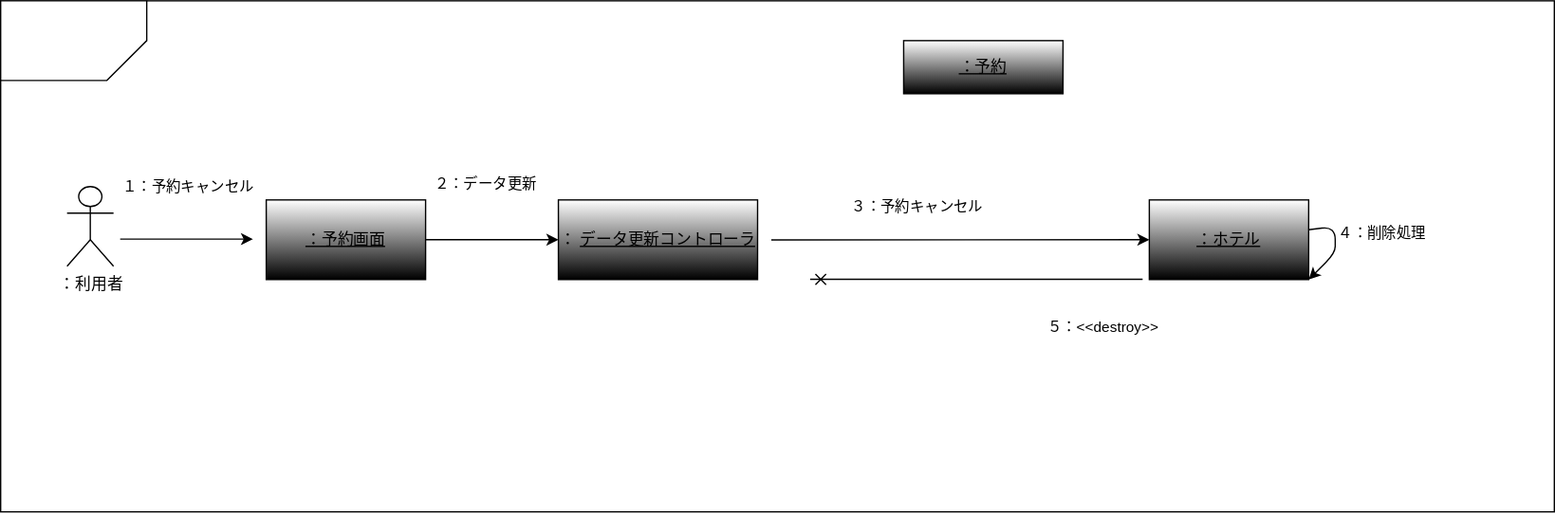
Above: 演習５-2_CD_予約登録削除.drawio.svg in useruser0123/uml-introduction (draw.io), before the change. Source tidied: cells renumbered, new cells last; positions are measured from the earlier drawing's top-left corner, leaving out a move shared by most shapes.
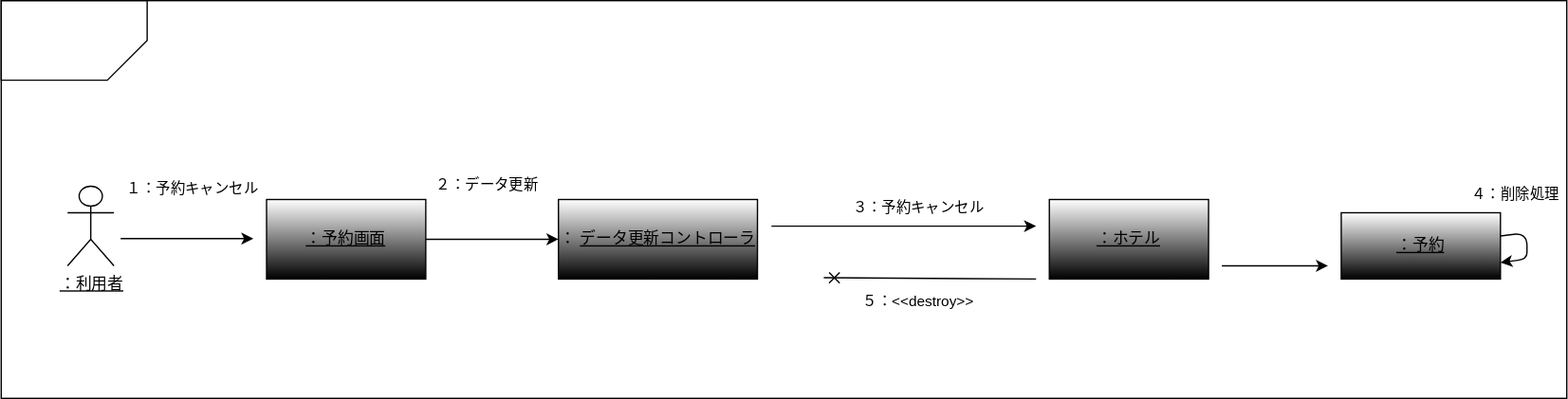
After the change.

The edit, as a diff of the source:
```diff
@@ -3,12 +3,12 @@
     <mxCell id="0" />
     <mxCell id="1" parent="0" />
     <mxCell id="2" style="rounded=0;whiteSpace=wrap;html=1;fillColor=#FFFFFF;strokeColor=#000000;" parent="1" vertex="1">
-      <mxGeometry y="25" width="1170" height="385" as="geometry" />
+      <mxGeometry y="25" width="1180" height="300" as="geometry" />
     </mxCell>
     <mxCell id="3" style="shape=card;whiteSpace=wrap;html=1;strokeColor=#000000;fillColor=#FFFFFF;rotation=-90;flipV=1;" parent="1" vertex="1">
       <mxGeometry x="25" width="60" height="110" as="geometry" />
     </mxCell>
-    <mxCell id="4" value="&lt;font color=&quot;#000000&quot;&gt;：利用者&lt;/font&gt;" style="shape=umlActor;verticalLabelPosition=bottom;verticalAlign=top;html=1;strokeColor=#000000;fillColor=#FFFFFF;" parent="1" vertex="1">
+    <mxCell id="4" value="&lt;font color=&quot;#000000&quot;&gt;&lt;u&gt;：利用者&lt;/u&gt;&lt;/font&gt;" style="shape=umlActor;verticalLabelPosition=bottom;verticalAlign=top;html=1;strokeColor=#000000;fillColor=#FFFFFF;" parent="1" vertex="1">
       <mxGeometry x="50" y="165" width="35" height="60" as="geometry" />
     </mxCell>
     <mxCell id="5" style="edgeStyle=none;html=1;strokeColor=#000000;fontColor=#000000;" parent="1" edge="1" source="6" target="9">
@@ -32,14 +32,11 @@
       <mxGeometry x="420" y="175" width="150" height="60" as="geometry" />
     </mxCell>
     <mxCell id="10" value="&lt;u&gt;：予約&lt;/u&gt;" style="whiteSpace=wrap;html=1;fillColor=#FFFFFF;strokeColor=#000000;fontColor=#000000;rounded=0;gradientColor=default;" parent="1" vertex="1">
-      <mxGeometry x="680" y="55" width="120" height="40" as="geometry" />
+      <mxGeometry x="1010" y="185" width="120" height="50" as="geometry" />
     </mxCell>
     <mxCell id="11" value="&lt;u&gt;：ホテル&lt;/u&gt;" style="whiteSpace=wrap;html=1;fillColor=#FFFFFF;strokeColor=#000000;fontColor=#000000;rounded=0;gradientColor=default;" parent="1" vertex="1">
-      <mxGeometry x="865" y="175" width="120" height="60" as="geometry" />
+      <mxGeometry x="790" y="175" width="120" height="60" as="geometry" />
     </mxCell>
-    <mxCell id="12" style="edgeStyle=none;html=1;entryX=1;entryY=1;entryDx=0;entryDy=0;strokeColor=#000000;fontColor=#000000;" parent="1" edge="1" source="11" target="11">
-      <mxGeometry relative="1" as="geometry" />
-    </mxCell>
     <mxCell id="13" value="&lt;span style=&quot;background-color: rgb(255, 255, 255);&quot;&gt;２：データ更新&lt;/span&gt;" style="edgeLabel;html=1;align=center;verticalAlign=middle;strokeColor=#000000;fontColor=#000000;fillColor=#FFFFFF;gradientColor=default;" parent="1" vertex="1">
       <mxGeometry x="370" y="165" as="geometry">
         <mxPoint x="-6" y="-3" as="offset" />
@@ -50,21 +47,36 @@
         <mxPoint x="19" y="-6" as="offset" />
       </mxGeometry>
     </mxCell>
-    <mxCell id="15" style="endArrow=classic;html=1;strokeColor=#000000;fontColor=#000000;entryX=0;entryY=0.5;entryDx=0;entryDy=0;exitX=0.496;exitY=0.468;exitDx=0;exitDy=0;exitPerimeter=0;" parent="1" edge="1" source="2" target="11">
+    <mxCell id="15" style="endArrow=classic;html=1;strokeColor=#000000;fontColor=#000000;entryX=0.661;entryY=0.567;entryDx=0;entryDy=0;exitX=0.492;exitY=0.567;exitDx=0;exitDy=0;exitPerimeter=0;entryPerimeter=0;" parent="1" edge="1" source="2" target="2">
       <mxGeometry relative="1" as="geometry" />
     </mxCell>
     <mxCell id="16" value="&lt;span style=&quot;background-color: rgb(255, 255, 255);&quot;&gt;４：削除処理&lt;/span&gt;" style="edgeLabel;html=1;align=center;verticalAlign=middle;strokeColor=#000000;fontColor=#000000;fillColor=#FFFFFF;gradientColor=default;" parent="1" vertex="1">
-      <mxGeometry x="1020" y="205" as="geometry">
+      <mxGeometry x="1120" y="175" as="geometry">
         <mxPoint x="19" y="-6" as="offset" />
       </mxGeometry>
     </mxCell>
-    <mxCell id="17" style="endArrow=none;html=1;strokeColor=#000000;fontColor=#000000;entryX=0.735;entryY=0.545;entryDx=0;entryDy=0;entryPerimeter=0;exitX=0.521;exitY=0.545;exitDx=0;exitDy=0;exitPerimeter=0;startArrow=cross;startFill=0;" parent="1" edge="1" source="2" target="2">
-      <mxGeometry relative="1" as="geometry" />
+    <mxCell id="17" style="endArrow=none;html=1;strokeColor=#000000;fontColor=#000000;startArrow=cross;startFill=0;" parent="1" edge="1">
+      <mxGeometry relative="1" as="geometry">
+        <mxPoint x="620" y="234" as="sourcePoint" />
+        <mxPoint x="780" y="235" as="targetPoint" />
+      </mxGeometry>
     </mxCell>
     <mxCell id="18" value="&lt;span style=&quot;background-color: rgb(255, 255, 255);&quot;&gt;５：&amp;lt;&amp;lt;destroy&amp;gt;&amp;gt;&lt;/span&gt;" style="edgeLabel;html=1;align=center;verticalAlign=middle;strokeColor=#000000;fontColor=#000000;fillColor=#FFFFFF;gradientColor=default;" parent="1" vertex="1">
-      <mxGeometry x="840" y="175" as="geometry">
+      <mxGeometry x="700" y="155" as="geometry">
         <mxPoint x="-11" y="95" as="offset" />
       </mxGeometry>
     </mxCell>
+    <mxCell id="19" style="endArrow=classic;html=1;strokeColor=#000000;" parent="1" edge="1">
+      <mxGeometry x="50" y="60" relative="1" as="geometry">
+        <mxPoint x="920" y="225" as="sourcePoint" />
+        <mxPoint x="1000" y="225" as="targetPoint" />
+        <Array as="points">
+          <mxPoint x="950" y="225" />
+        </Array>
+      </mxGeometry>
+    </mxCell>
+    <mxCell id="20" style="edgeStyle=none;html=1;entryX=1;entryY=0.75;entryDx=0;entryDy=0;strokeColor=#000000;" parent="1" edge="1" source="10" target="10">
+      <mxGeometry relative="1" as="geometry" />
+    </mxCell>
   </root>
 </mxGraphModel>
```
